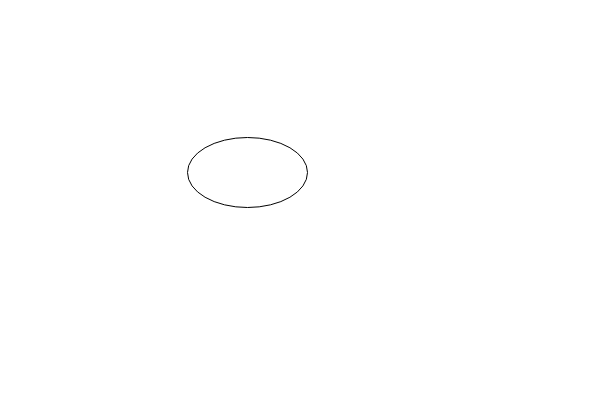
biuboombiuboom/mydrawio keeps this draw.io diagram as 未命名绘图.drawio. Above is the earlier version. Source tidied: cells renumbered, new cells numbered last; positions are measured from the earlier drawing's top-left corner, leaving out a move shared by most shapes. Both pictures are drawn from the tidied source at 100%, with x=0, y=0 at pixel (187, 137).
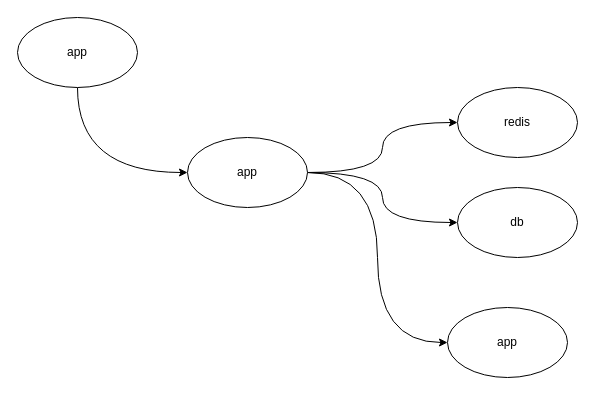
The same page after the edit.

Diff of the diagram source:
```diff
@@
 <mxGraphModel>
   <root>
     <mxCell id="0" />
     <mxCell id="1" parent="0" />
+    <mxCell id="3" style="edgeStyle=orthogonalEdgeStyle;rounded=0;jettySize=auto;html=1;curved=1;startArrow=classic;startFill=1;endArrow=none;endFill=0;" parent="1" edge="1" source="2" target="7">
+      <mxGeometry relative="1" as="geometry" />
+    </mxCell>
+    <mxCell id="4" style="edgeStyle=orthogonalEdgeStyle;rounded=0;jettySize=auto;html=1;curved=1;" parent="1" edge="1" source="2" target="8">
+      <mxGeometry relative="1" as="geometry" />
+    </mxCell>
+    <mxCell id="5" style="edgeStyle=orthogonalEdgeStyle;rounded=0;jettySize=auto;html=1;curved=1;" parent="1" edge="1" source="2" target="9">
+      <mxGeometry relative="1" as="geometry" />
+    </mxCell>
+    <mxCell id="6" style="edgeStyle=orthogonalEdgeStyle;rounded=0;jettySize=auto;html=1;curved=1;entryX=0;entryY=0.5;entryDx=0;entryDy=0;" parent="1" edge="1" source="2" target="10">
+      <mxGeometry relative="1" as="geometry" />
+    </mxCell>
-    <mxCell id="2" style="ellipse;whiteSpace=wrap;html=1;" parent="1" vertex="1">
+    <mxCell id="2" value="app" style="ellipse;whiteSpace=wrap;html=1;" parent="1" vertex="1">
       <mxGeometry width="120" height="70" as="geometry" />
     </mxCell>
+    <mxCell id="7" value="app" style="ellipse;whiteSpace=wrap;html=1;" parent="1" vertex="1">
+      <mxGeometry x="-170" y="-120" width="120" height="70" as="geometry" />
+    </mxCell>
+    <mxCell id="8" value="db" style="ellipse;whiteSpace=wrap;html=1;" parent="1" vertex="1">
+      <mxGeometry x="270" y="50" width="120" height="70" as="geometry" />
+    </mxCell>
+    <mxCell id="9" value="redis" style="ellipse;whiteSpace=wrap;html=1;" parent="1" vertex="1">
+      <mxGeometry x="270" y="-50" width="120" height="70" as="geometry" />
+    </mxCell>
+    <mxCell id="10" value="app" style="ellipse;whiteSpace=wrap;html=1;shadow=0;" parent="1" vertex="1">
+      <mxGeometry x="260" y="170" width="120" height="70" as="geometry" />
+    </mxCell>
   </root>
 </mxGraphModel>
```
